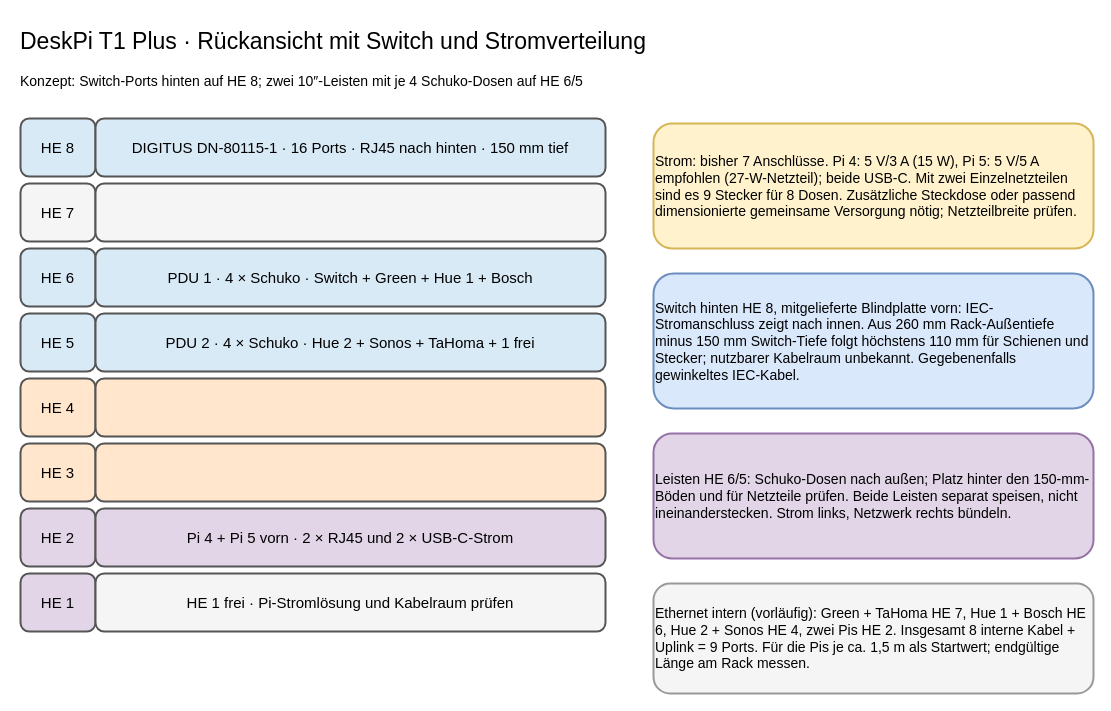
tiptronic/diagrams keeps this draw.io diagram as page "DeskPi 8 HE – Rückseite" (3 of 4) of 10-zoll-rack-planung.drawio. Above is the earlier version. Source tidied: cells renumbered, new cells numbered last; positions are measured from the earlier drawing's top-left corner, leaving out a move shared by most shapes. Both pictures are drawn from the tidied source at 100%, with x=0, y=0 at pixel (18, 18).
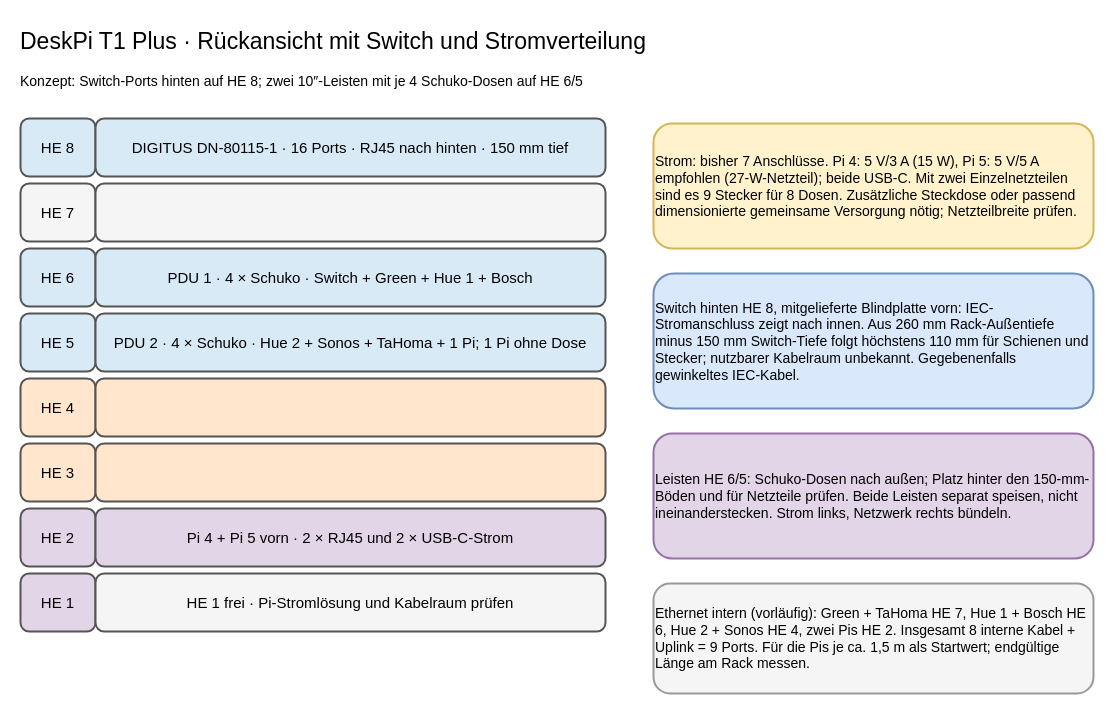
After the change.

The edit, as a diff of the source:
```diff
@@
-    <mxCell id="11" value="PDU 2 · 4 × Schuko · Hue 2 + Sonos + TaHoma + 1 frei" style="rounded=1;whiteSpace=wrap;html=1;align=center;verticalAlign=middle;strokeWidth=2;fontSize=15;fillColor=#d9eaf7;strokeColor=#555555;" parent="1" vertex="1">
+    <mxCell id="11" value="PDU 2 · 4 × Schuko · Hue 2 + Sonos + TaHoma + 1 Pi; 1 Pi ohne Dose" style="rounded=1;whiteSpace=wrap;html=1;align=center;verticalAlign=middle;strokeWidth=2;fontSize=15;fillColor=#d9eaf7;strokeColor=#555555;" parent="1" vertex="1">
       <mxGeometry x="77" y="295" width="510" height="58" as="geometry" />
     </mxCell>
```
